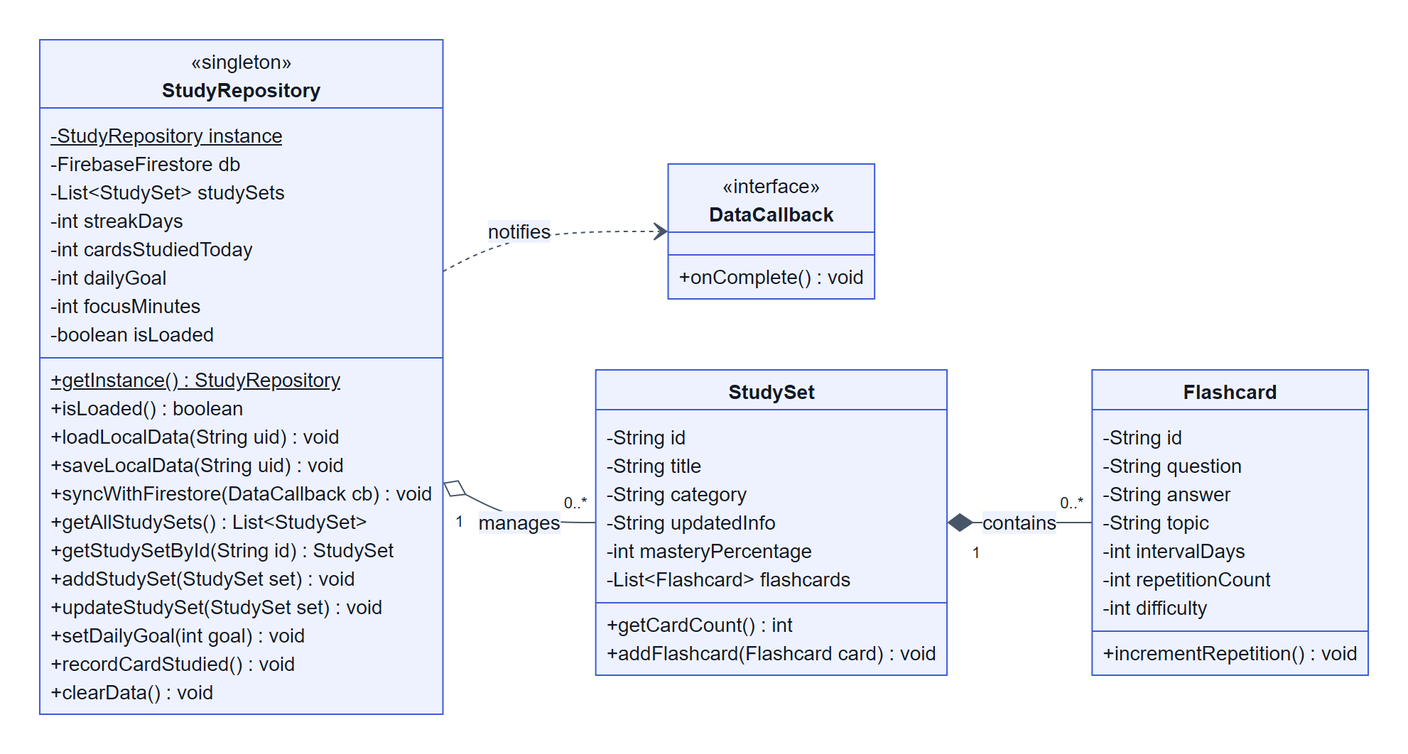
Above: planning_doc/diagrams/data_layer.png in yaheli-mil/SnapStudy (Mermaid), before the change. Its source is kept beside it as planning_doc/diagrams/data_layer.mmd. Its diagram source:
```mermaid
classDiagram
  direction LR
  class StudyRepository {
    <<singleton>>
    -StudyRepository instance$
    -FirebaseFirestore db
    -List~StudySet~ studySets
    -int streakDays
    -int cardsStudiedToday
    -int dailyGoal
    -int focusMinutes
    -boolean isLoaded
    +getInstance()$ StudyRepository
    +isLoaded() boolean
    +loadLocalData(String uid) void
    +saveLocalData(String uid) void
    +syncWithFirestore(DataCallback cb) void
    +getAllStudySets() List~StudySet~
    +getStudySetById(String id) StudySet
    +addStudySet(StudySet set) void
    +updateStudySet(StudySet set) void
    +setDailyGoal(int goal) void
    +recordCardStudied() void
    +clearData() void
  }
  class DataCallback {
    <<interface>>
    +onComplete() void
  }
  class StudySet {
    -String id
    -String title
    -String category
    -String updatedInfo
    -int masteryPercentage
    -List~Flashcard~ flashcards
    +getCardCount() int
    +addFlashcard(Flashcard card) void
  }
  class Flashcard {
    -String id
    -String question
    -String answer
    -String topic
    -int intervalDays
    -int repetitionCount
    -int difficulty
    +incrementRepetition() void
  }
  StudyRepository "1" o-- "0..*" StudySet : manages
  StudySet "1" *-- "0..*" Flashcard : contains
  StudyRepository ..> DataCallback : notifies
```
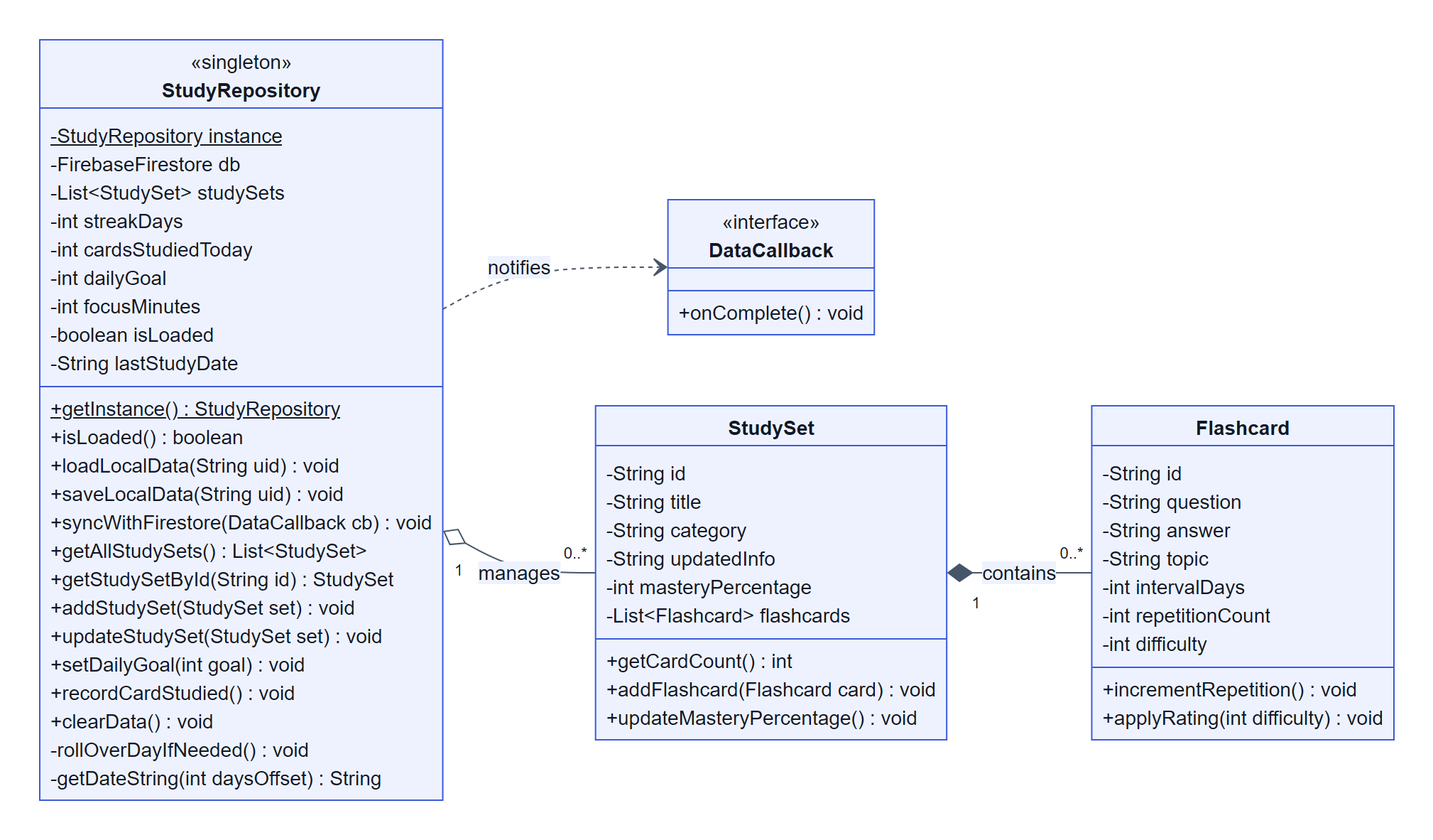
The same file after the commit.

Change to the diagram source:
```diff
@@ -10,6 +10,7 @@
     -int dailyGoal
     -int focusMinutes
     -boolean isLoaded
+    -String lastStudyDate
     +getInstance()$ StudyRepository
     +isLoaded() boolean
     +loadLocalData(String uid) void
@@ -22,6 +23,8 @@
     +setDailyGoal(int goal) void
     +recordCardStudied() void
     +clearData() void
+    -rollOverDayIfNeeded() void
+    -getDateString(int daysOffset) String
   }
   class DataCallback {
     <<interface>>
@@ -36,6 +39,7 @@
     -List~Flashcard~ flashcards
     +getCardCount() int
     +addFlashcard(Flashcard card) void
+    +updateMasteryPercentage() void
   }
   class Flashcard {
     -String id
@@ -46,6 +50,7 @@
     -int repetitionCount
     -int difficulty
     +incrementRepetition() void
+    +applyRating(int difficulty) void
   }
   StudyRepository "1" o-- "0..*" StudySet : manages
   StudySet "1" *-- "0..*" Flashcard : contains
```
